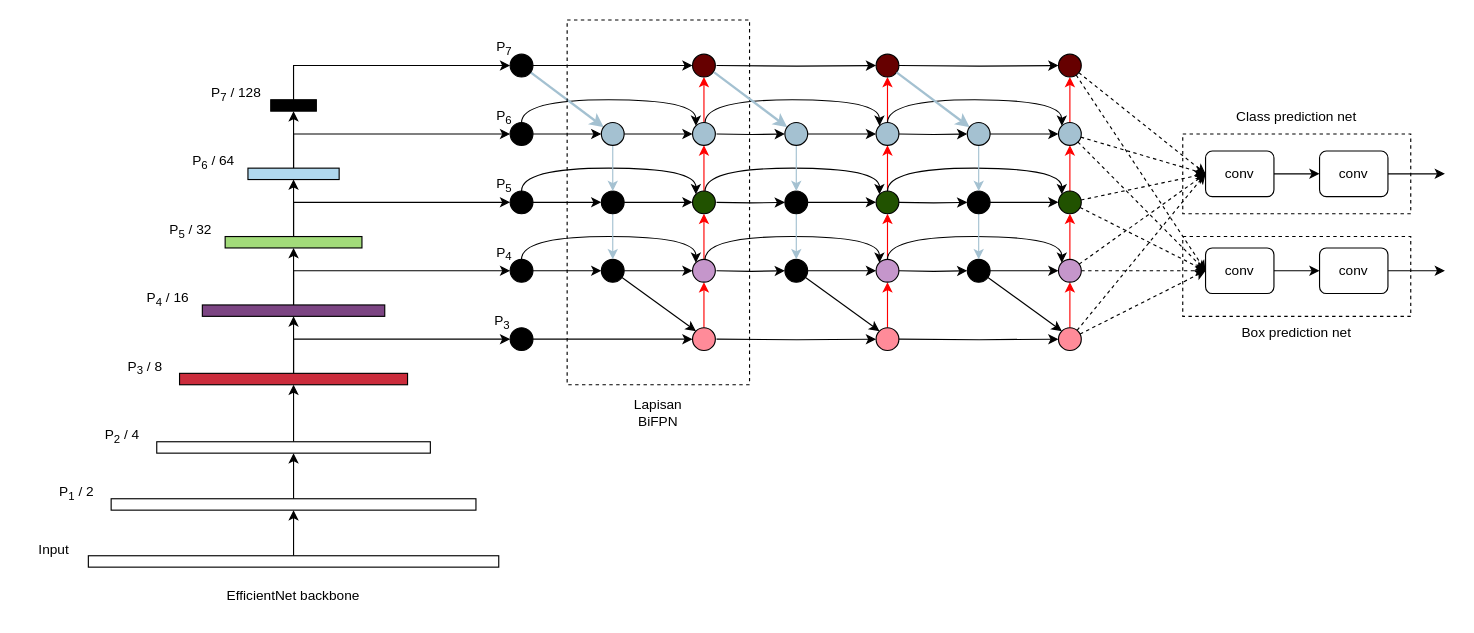
Before: page "effdet" (2 of 2) of Untitled Diagram.drawio in shadow17t/diagram, a draw.io diagram. Source tidied: cells renumbered, new cells numbered last; positions are measured from the earlier drawing's top-left corner, leaving out a move shared by most shapes. Both pictures are drawn from the tidied source at 114%, with x=0, y=0 at pixel (19, 19).
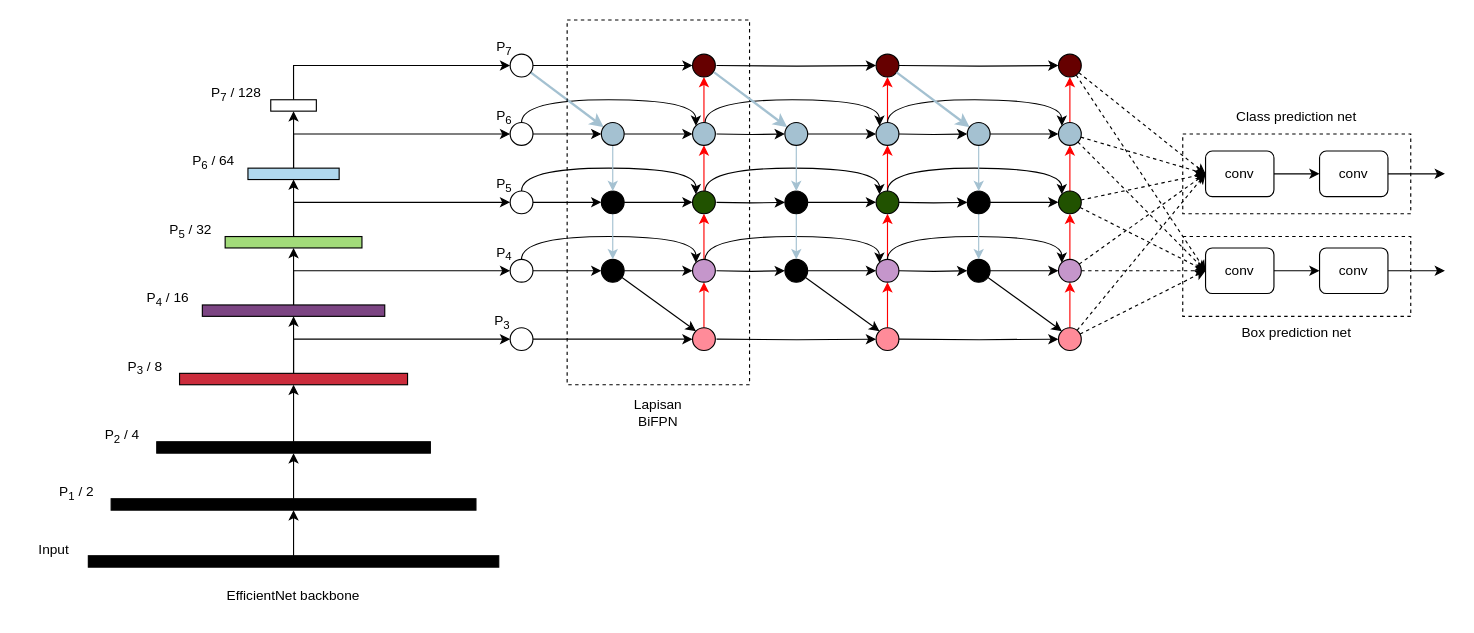
The same diagram, later.

What changed in the source:
```diff
@@
-    <mxCell id="3" style="rounded=0;whiteSpace=wrap;html=1;labelBackgroundColor=default;" parent="1" vertex="1">
+    <mxCell id="3" style="rounded=0;whiteSpace=wrap;html=1;labelBackgroundColor=default;fillColor=#000000;" parent="1" vertex="1">
       <mxGeometry x="80" y="420" width="320" height="10" as="geometry" />
     </mxCell>
@@
-    <mxCell id="5" style="rounded=0;whiteSpace=wrap;html=1;labelBackgroundColor=default;" parent="1" vertex="1">
+    <mxCell id="5" style="rounded=0;whiteSpace=wrap;html=1;labelBackgroundColor=default;fillColor=#000000;" parent="1" vertex="1">
       <mxGeometry x="120" y="370" width="240" height="10" as="geometry" />
     </mxCell>
@@
-    <mxCell id="19" style="rounded=0;whiteSpace=wrap;html=1;labelBackgroundColor=#000000;fillColor=#000000;" parent="1" vertex="1">
+    <mxCell id="19" style="rounded=0;whiteSpace=wrap;html=1;labelBackgroundColor=#000000;fillColor=#FFFFFF;" parent="1" vertex="1">
       <mxGeometry x="220" y="70" width="40" height="10" as="geometry" />
     </mxCell>
@@
-    <mxCell id="28" style="rounded=0;whiteSpace=wrap;html=1;labelBackgroundColor=default;" parent="1" vertex="1">
+    <mxCell id="28" style="rounded=0;whiteSpace=wrap;html=1;labelBackgroundColor=default;fillColor=#000000;" parent="1" vertex="1">
       <mxGeometry x="60" y="470" width="360" height="10" as="geometry" />
     </mxCell>
@@
-    <mxCell id="32" style="ellipse;whiteSpace=wrap;html=1;fillColor=#000000;" parent="1" vertex="1">
+    <mxCell id="32" style="ellipse;whiteSpace=wrap;html=1;fillColor=#FFFFFF;fillStyle=solid;" parent="1" vertex="1">
       <mxGeometry x="430" y="270" width="20" height="20" as="geometry" />
     </mxCell>
@@
-    <mxCell id="35" style="ellipse;whiteSpace=wrap;html=1;fillColor=#000000;" parent="1" vertex="1">
+    <mxCell id="35" style="ellipse;whiteSpace=wrap;html=1;fillColor=#FFFFFF;fillStyle=solid;" parent="1" vertex="1">
       <mxGeometry x="430" y="210" width="20" height="20" as="geometry" />
     </mxCell>
@@
-    <mxCell id="38" style="ellipse;whiteSpace=wrap;html=1;fillColor=#000000;" parent="1" vertex="1">
+    <mxCell id="38" style="ellipse;whiteSpace=wrap;html=1;fillColor=#FFFFFF;fillStyle=solid;" parent="1" vertex="1">
       <mxGeometry x="430" y="150" width="20" height="20" as="geometry" />
     </mxCell>
@@
-    <mxCell id="41" style="ellipse;whiteSpace=wrap;html=1;fillColor=#000000;" parent="1" vertex="1">
+    <mxCell id="41" style="ellipse;whiteSpace=wrap;html=1;fillColor=#FFFFFF;fillStyle=solid;" parent="1" vertex="1">
       <mxGeometry x="430" y="90" width="20" height="20" as="geometry" />
     </mxCell>
@@
-    <mxCell id="44" style="ellipse;whiteSpace=wrap;html=1;fillColor=#000000;" parent="1" vertex="1">
+    <mxCell id="44" style="ellipse;whiteSpace=wrap;html=1;fillColor=#FFFFFF;fillStyle=solid;" parent="1" vertex="1">
       <mxGeometry x="430" y="30" width="20" height="20" as="geometry" />
     </mxCell>
```
